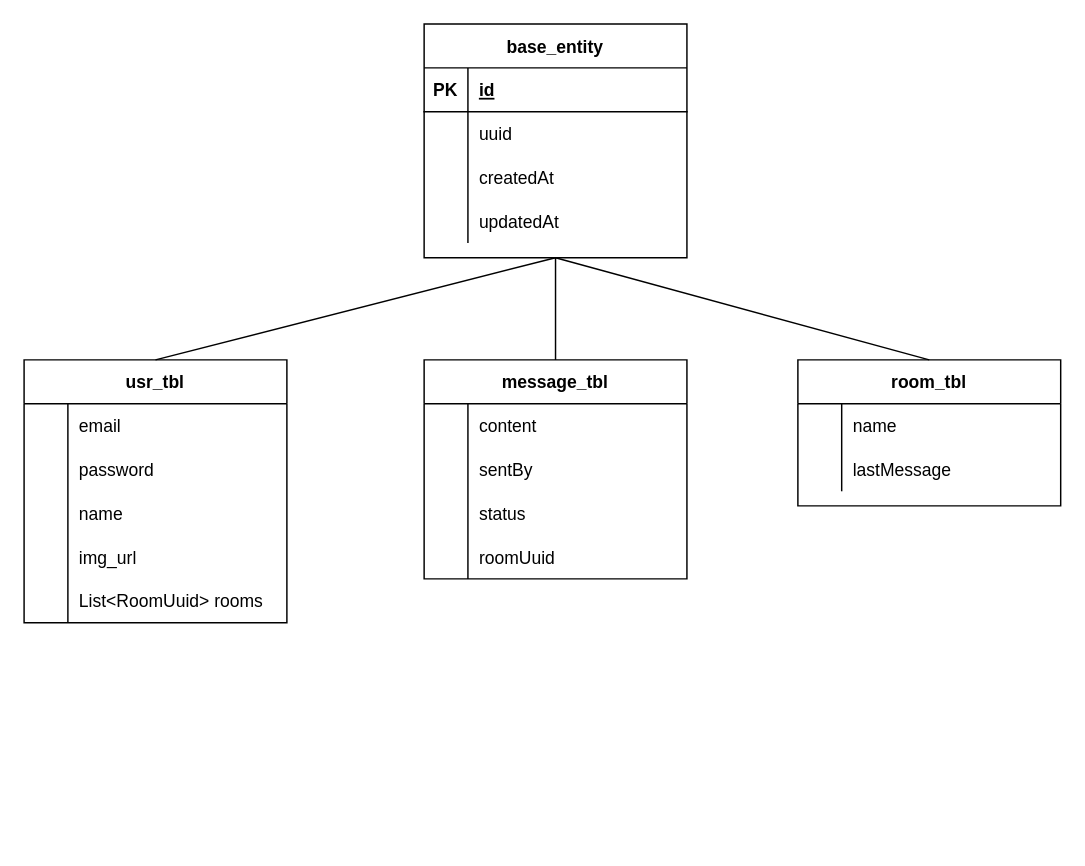
This is page "entities" (3 of 3) of plan.drawio from AyushDocs/whatsapp-spring-cloud-next-clone, a draw.io file, before an edit. Source tidied: cells renumbered, new cells numbered last; positions are measured from the earlier drawing's top-left corner, leaving out a move shared by most shapes. Both pictures are drawn from the tidied source at 146%, with x=0, y=0 at pixel (23, 23).
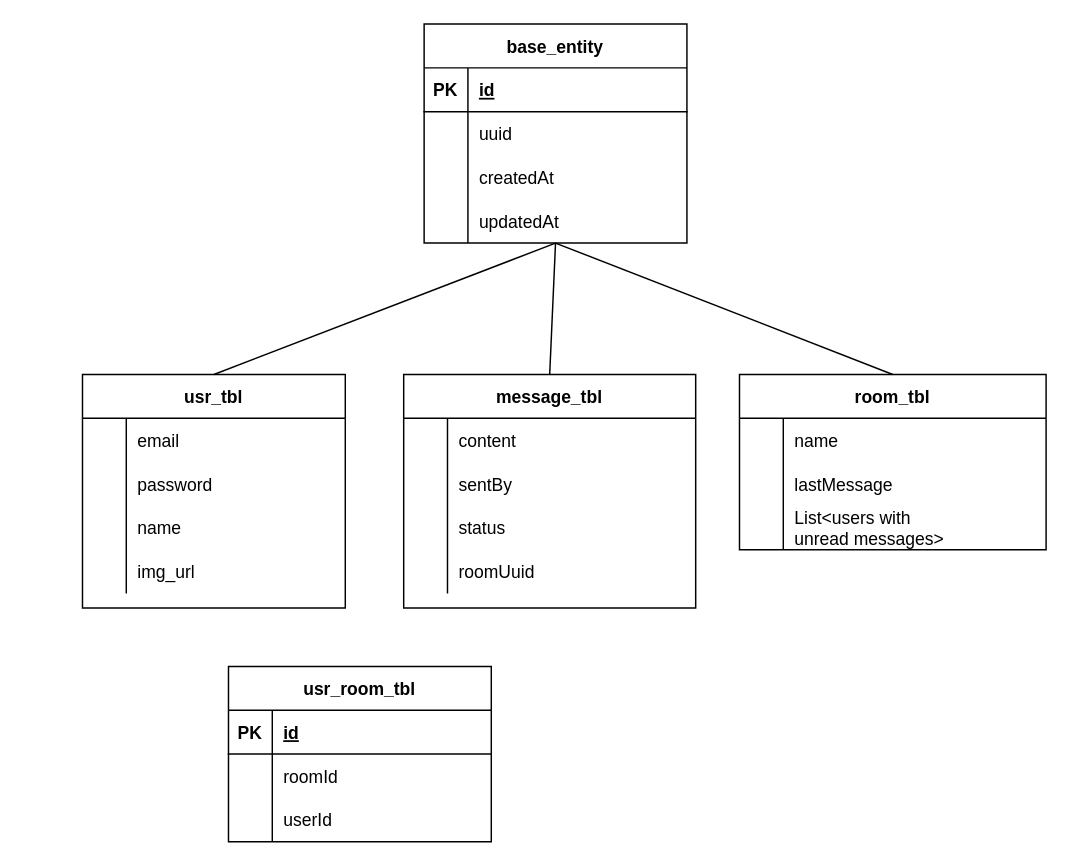
The same page after the edit.

What changed in the source:
```diff
@@
     <mxCell id="2" value="usr_tbl" style="shape=table;startSize=30;childLayout=tableLayout;rowLines=0;fontStyle=1;align=center;" parent="1" vertex="1">
-      <mxGeometry y="230" width="180" height="180" as="geometry" />
+      <mxGeometry x="40" y="240" width="180" height="160" as="geometry" />
     </mxCell>
@@
-    <mxCell id="15" style="shape=tableRow;horizontal=0;startSize=0;swimlaneHead=0;swimlaneBody=0;fillColor=none;top=0;left=0;right=0;bottom=0;html=0;" parent="2" vertex="1">
-      <mxGeometry y="150" width="180" height="30" as="geometry" />
-    </mxCell>
-    <mxCell id="16" style="shape=partialRectangle;fillColor=none;top=0;left=0;bottom=0;right=0;overflow=hidden;html=0;" parent="15" vertex="1">
-      <mxGeometry width="30" height="30" as="geometry" />
-    </mxCell>
-    <mxCell id="17" value="List&lt;RoomUuid&gt; rooms" style="shape=partialRectangle;fillColor=none;top=0;left=0;bottom=0;right=0;align=left;spacingLeft=6;overflow=hidden;html=0;" parent="15" vertex="1">
-      <mxGeometry x="30" width="150" height="30" as="geometry" />
-    </mxCell>
     <mxCell id="18" value="base_entity" style="shape=table;startSize=30;childLayout=tableLayout;rowLines=0;fontStyle=1;align=center;" parent="1" vertex="1">
-      <mxGeometry x="274" width="180" height="160" as="geometry" />
+      <mxGeometry x="274" width="180" height="150" as="geometry" />
     </mxCell>
@@
     <mxCell id="32" value="message_tbl" style="shape=table;startSize=30;childLayout=tableLayout;rowLines=0;fontStyle=1;align=center;" parent="1" vertex="1">
-      <mxGeometry x="274" y="230" width="180" height="150" as="geometry" />
+      <mxGeometry x="260" y="240" width="200" height="160" as="geometry" />
     </mxCell>
     <mxCell id="33" style="shape=tableRow;horizontal=0;startSize=0;swimlaneHead=0;swimlaneBody=0;fillColor=none;top=0;left=0;right=0;bottom=0;" parent="32" vertex="1">
-      <mxGeometry y="30" width="180" height="30" as="geometry" />
+      <mxGeometry y="30" width="200" height="30" as="geometry" />
     </mxCell>
@@
     <mxCell id="35" value="content" style="shape=partialRectangle;fillColor=none;top=0;left=0;bottom=0;right=0;align=left;spacingLeft=6;overflow=hidden;" parent="33" vertex="1">
-      <mxGeometry x="30" width="150" height="30" as="geometry" />
+      <mxGeometry x="30" width="170" height="30" as="geometry" />
     </mxCell>
     <mxCell id="36" style="shape=tableRow;horizontal=0;startSize=0;swimlaneHead=0;swimlaneBody=0;fillColor=none;top=0;left=0;right=0;bottom=0;" parent="32" vertex="1">
-      <mxGeometry y="60" width="180" height="30" as="geometry" />
+      <mxGeometry y="60" width="200" height="30" as="geometry" />
     </mxCell>
@@
     <mxCell id="38" value="sentBy" style="shape=partialRectangle;fillColor=none;top=0;left=0;bottom=0;right=0;align=left;spacingLeft=6;overflow=hidden;" parent="36" vertex="1">
-      <mxGeometry x="30" width="150" height="30" as="geometry" />
+      <mxGeometry x="30" width="170" height="30" as="geometry" />
     </mxCell>
     <mxCell id="39" style="shape=tableRow;horizontal=0;startSize=0;swimlaneHead=0;swimlaneBody=0;fillColor=none;top=0;left=0;right=0;bottom=0;" parent="32" vertex="1">
-      <mxGeometry y="90" width="180" height="30" as="geometry" />
+      <mxGeometry y="90" width="200" height="30" as="geometry" />
     </mxCell>
@@
     <mxCell id="41" value="status" style="shape=partialRectangle;fillColor=none;top=0;left=0;bottom=0;right=0;align=left;spacingLeft=6;overflow=hidden;" parent="39" vertex="1">
-      <mxGeometry x="30" width="150" height="30" as="geometry" />
+      <mxGeometry x="30" width="170" height="30" as="geometry" />
     </mxCell>
     <mxCell id="42" style="shape=tableRow;horizontal=0;startSize=0;swimlaneHead=0;swimlaneBody=0;fillColor=none;top=0;left=0;right=0;bottom=0;html=0;" parent="32" vertex="1">
-      <mxGeometry y="120" width="180" height="30" as="geometry" />
+      <mxGeometry y="120" width="200" height="30" as="geometry" />
     </mxCell>
@@
     <mxCell id="44" value="roomUuid" style="shape=partialRectangle;fillColor=none;top=0;left=0;bottom=0;right=0;align=left;spacingLeft=6;overflow=hidden;html=0;" parent="42" vertex="1">
-      <mxGeometry x="30" width="150" height="30" as="geometry" />
+      <mxGeometry x="30" width="170" height="30" as="geometry" />
     </mxCell>
@@
     <mxCell id="46" value="room_tbl" style="shape=table;startSize=30;childLayout=tableLayout;rowLines=0;fontStyle=1;align=center;" parent="1" vertex="1">
-      <mxGeometry x="530" y="230" width="180" height="100" as="geometry" />
+      <mxGeometry x="490" y="240" width="210" height="120" as="geometry" />
     </mxCell>
     <mxCell id="47" style="shape=tableRow;horizontal=0;startSize=0;swimlaneHead=0;swimlaneBody=0;fillColor=none;top=0;left=0;right=0;bottom=0;" parent="46" vertex="1">
-      <mxGeometry y="30" width="180" height="30" as="geometry" />
+      <mxGeometry y="30" width="210" height="30" as="geometry" />
     </mxCell>
@@
     <mxCell id="49" value="name" style="shape=partialRectangle;fillColor=none;top=0;left=0;bottom=0;right=0;align=left;spacingLeft=6;overflow=hidden;" parent="47" vertex="1">
-      <mxGeometry x="30" width="150" height="30" as="geometry" />
+      <mxGeometry x="30" width="180" height="30" as="geometry" />
     </mxCell>
     <mxCell id="50" style="shape=tableRow;horizontal=0;startSize=0;swimlaneHead=0;swimlaneBody=0;fillColor=none;top=0;left=0;right=0;bottom=0;" parent="46" vertex="1">
-      <mxGeometry y="60" width="180" height="30" as="geometry" />
+      <mxGeometry y="60" width="210" height="30" as="geometry" />
     </mxCell>
@@
     <mxCell id="52" value="lastMessage" style="shape=partialRectangle;fillColor=none;top=0;left=0;bottom=0;right=0;align=left;spacingLeft=6;overflow=hidden;" parent="50" vertex="1">
-      <mxGeometry x="30" width="150" height="30" as="geometry" />
+      <mxGeometry x="30" width="180" height="30" as="geometry" />
     </mxCell>
+    <mxCell id="54" style="shape=tableRow;horizontal=0;startSize=0;swimlaneHead=0;swimlaneBody=0;fillColor=none;top=0;left=0;right=0;bottom=0;" parent="46" vertex="1">
+      <mxGeometry y="90" width="210" height="30" as="geometry" />
+    </mxCell>
+    <mxCell id="55" style="shape=partialRectangle;fillColor=none;top=0;left=0;bottom=0;right=0;overflow=hidden;" parent="54" vertex="1">
+      <mxGeometry width="30" height="30" as="geometry" />
+    </mxCell>
+    <mxCell id="56" value="List&lt;users with &#10;unread messages&gt;" style="shape=partialRectangle;fillColor=none;top=0;left=0;bottom=0;right=0;align=left;spacingLeft=6;overflow=hidden;" parent="54" vertex="1">
+      <mxGeometry x="30" width="180" height="30" as="geometry" />
+    </mxCell>
@@
+    <mxCell id="57" value="usr_room_tbl" style="shape=table;startSize=30;childLayout=tableLayout;rowLines=0;fontStyle=1;align=center;" parent="1" vertex="1">
+      <mxGeometry x="140" y="440" width="180" height="120" as="geometry" />
+    </mxCell>
+    <mxCell id="58" style="shape=tableRow;horizontal=0;startSize=0;swimlaneHead=0;swimlaneBody=0;fillColor=none;top=0;left=0;right=0;bottom=1;" parent="57" vertex="1">
+      <mxGeometry y="30" width="180" height="30" as="geometry" />
+    </mxCell>
+    <mxCell id="59" value="PK" style="shape=partialRectangle;fillColor=none;top=0;left=0;bottom=0;right=0;fontStyle=1;overflow=hidden;" parent="58" vertex="1">
+      <mxGeometry width="30" height="30" as="geometry" />
+    </mxCell>
+    <mxCell id="60" value="id" style="shape=partialRectangle;fillColor=none;top=0;left=0;bottom=0;right=0;align=left;spacingLeft=6;fontStyle=5;overflow=hidden;" parent="58" vertex="1">
+      <mxGeometry x="30" width="150" height="30" as="geometry" />
+    </mxCell>
+    <mxCell id="61" style="shape=tableRow;horizontal=0;startSize=0;swimlaneHead=0;swimlaneBody=0;fillColor=none;top=0;left=0;right=0;bottom=0;" parent="57" vertex="1">
+      <mxGeometry y="60" width="180" height="30" as="geometry" />
+    </mxCell>
+    <mxCell id="62" style="shape=partialRectangle;fillColor=none;top=0;left=0;bottom=0;right=0;overflow=hidden;" parent="61" vertex="1">
+      <mxGeometry width="30" height="30" as="geometry" />
+    </mxCell>
+    <mxCell id="63" value="roomId" style="shape=partialRectangle;fillColor=none;top=0;left=0;bottom=0;right=0;align=left;spacingLeft=6;overflow=hidden;" parent="61" vertex="1">
+      <mxGeometry x="30" width="150" height="30" as="geometry" />
+    </mxCell>
+    <mxCell id="64" style="shape=tableRow;horizontal=0;startSize=0;swimlaneHead=0;swimlaneBody=0;fillColor=none;top=0;left=0;right=0;bottom=0;" parent="57" vertex="1">
+      <mxGeometry y="90" width="180" height="30" as="geometry" />
+    </mxCell>
+    <mxCell id="65" style="shape=partialRectangle;fillColor=none;top=0;left=0;bottom=0;right=0;overflow=hidden;" parent="64" vertex="1">
+      <mxGeometry width="30" height="30" as="geometry" />
+    </mxCell>
+    <mxCell id="66" value="userId" style="shape=partialRectangle;fillColor=none;top=0;left=0;bottom=0;right=0;align=left;spacingLeft=6;overflow=hidden;" parent="64" vertex="1">
+      <mxGeometry x="30" width="150" height="30" as="geometry" />
+    </mxCell>
```
